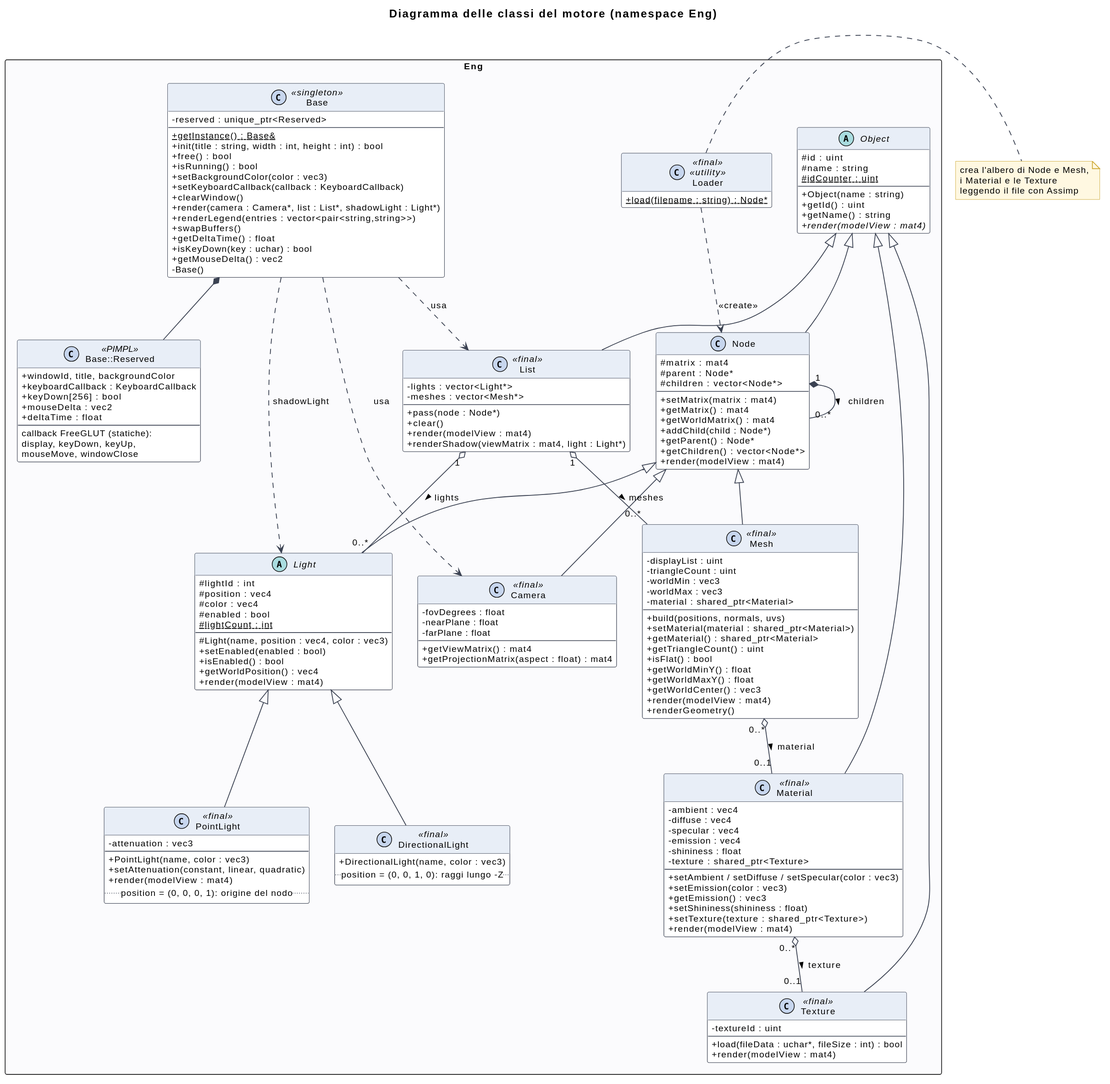
Before: doc/uml/02_classi.svg, a diagram exported from PlantUML (Alex111145/CompGraph). The source it was exported from:
```plantuml
@startuml
!include style.iuml
title Diagramma delle classi del motore (namespace Eng)
hide empty members
set separator ::

package Eng <<Rectangle>> {

  class Base <<singleton>> {
    - reserved : unique_ptr<Reserved>
    --
    + {static} getInstance() : Base&
    + init(title : string, width : int, height : int) : bool
    + free() : bool
    + isRunning() : bool
    + setBackgroundColor(color : vec3)
    + setKeyboardCallback(callback : KeyboardCallback)
    + clearWindow()
    + render(camera : Camera*, list : List*, shadowLight : Light*)
    + renderLegend(entries : vector<pair<string,string>>)
    + swapBuffers()
    + getDeltaTime() : float
    + isKeyDown(key : uchar) : bool
    + getMouseDelta() : vec2
    - Base()
  }

  class "Base::Reserved" as Reserved <<PIMPL>> {
    + windowId, title, backgroundColor
    + keyboardCallback : KeyboardCallback
    + keyDown[256] : bool
    + mouseDelta : vec2
    + deltaTime : float
    --
    callback FreeGLUT (statiche):
    display, keyDown, keyUp,
    mouseMove, windowClose
  }

  abstract class Object {
    # id : uint
    # name : string
    # {static} idCounter : uint
    --
    + Object(name : string)
    + getId() : uint
    + getName() : string
    + {abstract} render(modelView : mat4)
  }

  class Node {
    # matrix : mat4
    # parent : Node*
    # children : vector<Node*>
    --
    + setMatrix(matrix : mat4)
    + getMatrix() : mat4
    + getWorldMatrix() : mat4
    + addChild(child : Node*)
    + getParent() : Node*
    + getChildren() : vector<Node*>
    + render(modelView : mat4)
  }

  class Mesh <<final>> {
    - displayList : uint
    - triangleCount : uint
    - worldMin : vec3
    - worldMax : vec3
    - material : shared_ptr<Material>
    --
    + build(positions, normals, uvs)
    + setMaterial(material : shared_ptr<Material>)
    + getMaterial() : shared_ptr<Material>
    + getTriangleCount() : uint
    + isFlat() : bool
    + getWorldMinY() : float
    + getWorldMaxY() : float
    + getWorldCenter() : vec3
    + render(modelView : mat4)
    + renderGeometry()
  }

  class Camera <<final>> {
    - fovDegrees : float
    - nearPlane : float
    - farPlane : float
    --
    + getViewMatrix() : mat4
    + getProjectionMatrix(aspect : float) : mat4
  }

  abstract class Light {
    # lightId : int
    # position : vec4
    # color : vec4
    # enabled : bool
    # {static} lightCount : int
    --
    # Light(name, position : vec4, color : vec3)
    + setEnabled(enabled : bool)
    + isEnabled() : bool
    + getWorldPosition() : vec4
    + render(modelView : mat4)
  }

  class DirectionalLight <<final>> {
    + DirectionalLight(name, color : vec3)
    .. position = (0, 0, 1, 0): raggi lungo -Z ..
  }

  class PointLight <<final>> {
    - attenuation : vec3
    --
    + PointLight(name, color : vec3)
    + setAttenuation(constant, linear, quadratic)
    + render(modelView : mat4)
    .. position = (0, 0, 0, 1): origine del nodo ..
  }

  class Material <<final>> {
    - ambient : vec4
    - diffuse : vec4
    - specular : vec4
    - emission : vec4
    - shininess : float
    - texture : shared_ptr<Texture>
    --
    + setAmbient / setDiffuse / setSpecular(color : vec3)
    + setEmission(color : vec3)
    + getEmission() : vec3
    + setShininess(shininess : float)
    + setTexture(texture : shared_ptr<Texture>)
    + render(modelView : mat4)
  }

  class Texture <<final>> {
    - textureId : uint
    --
    + load(fileData : uchar*, fileSize : int) : bool
    + render(modelView : mat4)
  }

  class List <<final>> {
    - lights : vector<Light*>
    - meshes : vector<Mesh*>
    --
    + pass(node : Node*)
    + clear()
    + render(modelView : mat4)
    + renderShadow(viewMatrix : mat4, light : Light*)
  }

  class Loader <<final>> <<utility>> {
    + {static} load(filename : string) : Node*
  }
}

Base *-- Reserved
Object <|-- Node
Object <|-- Material
Object <|-- Texture
Object <|-- List
Node <|-- Mesh
Node <|-- Camera
Node <|-- Light
Light <|-- DirectionalLight
Light <|-- PointLight

Node "1" *-- "0..*" Node : children >
Mesh "0..*" o-- "0..1" Material : material >
Material "0..*" o-- "0..1" Texture : texture >
List "1" o-- "0..*" Light : lights >
List "1" o-- "0..*" Mesh : meshes >

Base ..> Camera : usa
Base ..> List : usa
Base ..> Light : shadowLight
Loader ..> Node : <<create>>
note right of Loader
  crea l'albero di Node e Mesh,
  i Material e le Texture
  leggendo il file con Assimp
end note
@enduml
```
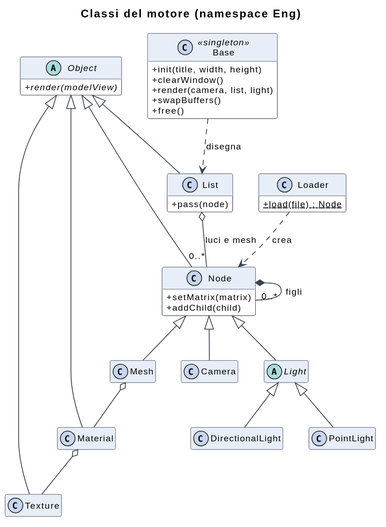
Later version of the same file.

The edit, as a diff of the source:
```diff
@@ -1,162 +1,36 @@
 @startuml
 !include style.iuml
-title Diagramma delle classi del motore (namespace Eng)
+title Classi del motore (namespace Eng)
 hide empty members
-set separator ::
 
-package Eng <<Rectangle>> {
-
-  class Base <<singleton>> {
-    - reserved : unique_ptr<Reserved>
-    --
-    + {static} getInstance() : Base&
-    + init(title : string, width : int, height : int) : bool
-    + free() : bool
-    + isRunning() : bool
-    + setBackgroundColor(color : vec3)
-    + setKeyboardCallback(callback : KeyboardCallback)
-    + clearWindow()
-    + render(camera : Camera*, list : List*, shadowLight : Light*)
-    + renderLegend(entries : vector<pair<string,string>>)
-    + swapBuffers()
-    + getDeltaTime() : float
-    + isKeyDown(key : uchar) : bool
-    + getMouseDelta() : vec2
-    - Base()
-  }
-
-  class "Base::Reserved" as Reserved <<PIMPL>> {
-    + windowId, title, backgroundColor
-    + keyboardCallback : KeyboardCallback
-    + keyDown[256] : bool
-    + mouseDelta : vec2
-    + deltaTime : float
-    --
-    callback FreeGLUT (statiche):
-    display, keyDown, keyUp,
-    mouseMove, windowClose
-  }
-
-  abstract class Object {
-    # id : uint
-    # name : string
-    # {static} idCounter : uint
-    --
-    + Object(name : string)
-    + getId() : uint
-    + getName() : string
-    + {abstract} render(modelView : mat4)
-  }
-
-  class Node {
-    # matrix : mat4
-    # parent : Node*
-    # children : vector<Node*>
-    --
-    + setMatrix(matrix : mat4)
-    + getMatrix() : mat4
-    + getWorldMatrix() : mat4
-    + addChild(child : Node*)
-    + getParent() : Node*
-    + getChildren() : vector<Node*>
-    + render(modelView : mat4)
-  }
-
-  class Mesh <<final>> {
-    - displayList : uint
-    - triangleCount : uint
-    - worldMin : vec3
-    - worldMax : vec3
-    - material : shared_ptr<Material>
-    --
-    + build(positions, normals, uvs)
-    + setMaterial(material : shared_ptr<Material>)
-    + getMaterial() : shared_ptr<Material>
-    + getTriangleCount() : uint
-    + isFlat() : bool
-    + getWorldMinY() : float
-    + getWorldMaxY() : float
-    + getWorldCenter() : vec3
-    + render(modelView : mat4)
-    + renderGeometry()
-  }
-
-  class Camera <<final>> {
-    - fovDegrees : float
-    - nearPlane : float
-    - farPlane : float
-    --
-    + getViewMatrix() : mat4
-    + getProjectionMatrix(aspect : float) : mat4
-  }
-
-  abstract class Light {
-    # lightId : int
-    # position : vec4
-    # color : vec4
-    # enabled : bool
-    # {static} lightCount : int
-    --
-    # Light(name, position : vec4, color : vec3)
-    + setEnabled(enabled : bool)
-    + isEnabled() : bool
-    + getWorldPosition() : vec4
-    + render(modelView : mat4)
-  }
-
-  class DirectionalLight <<final>> {
-    + DirectionalLight(name, color : vec3)
-    .. position = (0, 0, 1, 0): raggi lungo -Z ..
-  }
-
-  class PointLight <<final>> {
-    - attenuation : vec3
-    --
-    + PointLight(name, color : vec3)
-    + setAttenuation(constant, linear, quadratic)
-    + render(modelView : mat4)
-    .. position = (0, 0, 0, 1): origine del nodo ..
-  }
-
-  class Material <<final>> {
-    - ambient : vec4
-    - diffuse : vec4
-    - specular : vec4
-    - emission : vec4
-    - shininess : float
-    - texture : shared_ptr<Texture>
-    --
-    + setAmbient / setDiffuse / setSpecular(color : vec3)
-    + setEmission(color : vec3)
-    + getEmission() : vec3
-    + setShininess(shininess : float)
-    + setTexture(texture : shared_ptr<Texture>)
-    + render(modelView : mat4)
-  }
-
-  class Texture <<final>> {
-    - textureId : uint
-    --
-    + load(fileData : uchar*, fileSize : int) : bool
-    + render(modelView : mat4)
-  }
-
-  class List <<final>> {
-    - lights : vector<Light*>
-    - meshes : vector<Mesh*>
-    --
-    + pass(node : Node*)
-    + clear()
-    + render(modelView : mat4)
-    + renderShadow(viewMatrix : mat4, light : Light*)
-  }
-
-  class Loader <<final>> <<utility>> {
-    + {static} load(filename : string) : Node*
-  }
+class Base <<singleton>> {
+  + init(title, width, height)
+  + clearWindow()
+  + render(camera, list, light)
+  + swapBuffers()
+  + free()
+}
+abstract class Object {
+  + {abstract} render(modelView)
+}
+class Node {
+  + setMatrix(matrix)
+  + addChild(child)
+}
+class Mesh
+class Camera
+abstract class Light
+class DirectionalLight
+class PointLight
+class Material
+class Texture
+class List {
+  + pass(node)
+}
+class Loader {
+  + {static} load(file) : Node
 }
 
-Base *-- Reserved
 Object <|-- Node
 Object <|-- Material
 Object <|-- Texture
@@ -167,19 +41,10 @@
 Light <|-- DirectionalLight
 Light <|-- PointLight
 
-Node "1" *-- "0..*" Node : children >
-Mesh "0..*" o-- "0..1" Material : material >
-Material "0..*" o-- "0..1" Texture : texture >
-List "1" o-- "0..*" Light : lights >
-List "1" o-- "0..*" Mesh : meshes >
-
-Base ..> Camera : usa
-Base ..> List : usa
-Base ..> Light : shadowLight
-Loader ..> Node : <<create>>
-note right of Loader
-  crea l'albero di Node e Mesh,
-  i Material e le Texture
-  leggendo il file con Assimp
-end note
+Node *-- "0..*" Node : figli
+Mesh o-- Material
+Material o-- Texture
+List o-- "0..*" Node : luci e mesh
+Loader ..> Node : crea
+Base ..> List : disegna
 @enduml
```
